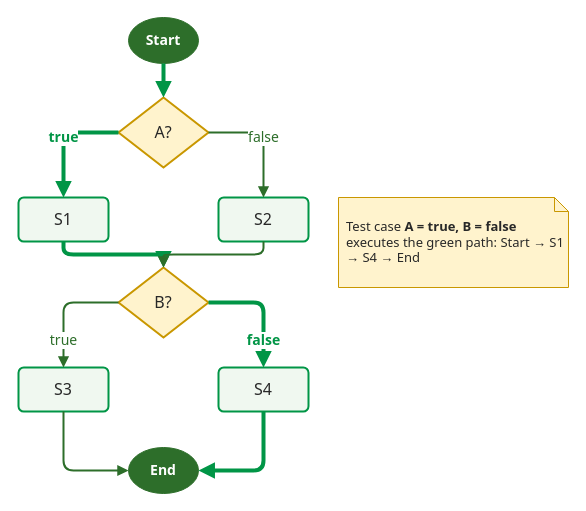
Before: content/verif/coverage/cfg-path.drawio in sqrbok/sqrbok-preview, a draw.io diagram. Source tidied: cells renumbered, new cells numbered last; positions are measured from the earlier drawing's top-left corner, leaving out a move shared by most shapes. Both pictures are drawn from the tidied source at 100%, with x=0, y=0 at pixel (18, 17).
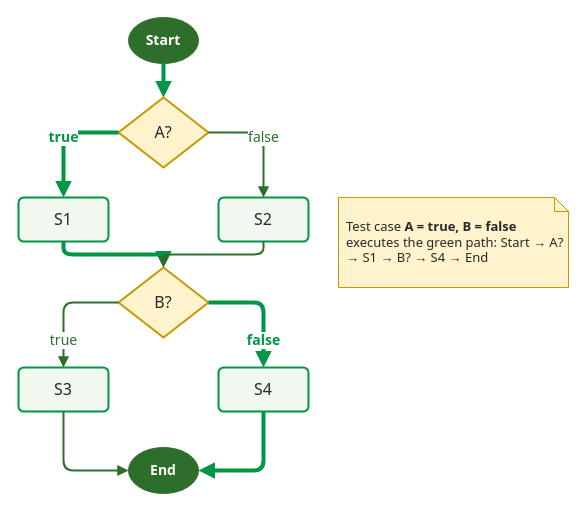
The same diagram, later.

Diff of the diagram source:
```diff
@@
 <mxGraphModel>
   <root>
     <mxCell id="0" />
     <mxCell id="1" parent="0" />
     <mxCell id="2" value="Start" style="ellipse;whiteSpace=wrap;html=1;fillColor=#2D6E2A;strokeColor=#2D6E2A;fontColor=#FFFFFF;fontStyle=1;fontFamily=Tahoma;fontSize=14;" parent="1" vertex="1">
       <mxGeometry x="110" width="70" height="46" as="geometry" />
     </mxCell>
     <mxCell id="3" value="A?" style="rhombus;whiteSpace=wrap;html=1;fillColor=#fff3cd;strokeColor=#c99700;strokeWidth=2;fontColor=#282828;fontFamily=Tahoma;fontSize=16;" parent="1" vertex="1">
       <mxGeometry x="100" y="80" width="90" height="70" as="geometry" />
     </mxCell>
     <mxCell id="4" value="S1" style="rounded=1;whiteSpace=wrap;html=1;arcSize=12;fillColor=#f0f8f0;strokeColor=#019546;strokeWidth=2;fontColor=#282828;fontFamily=Tahoma;fontSize=16;" parent="1" vertex="1">
       <mxGeometry y="180" width="90" height="44" as="geometry" />
     </mxCell>
     <mxCell id="5" value="S2" style="rounded=1;whiteSpace=wrap;html=1;arcSize=12;fillColor=#f0f8f0;strokeColor=#019546;strokeWidth=2;fontColor=#282828;fontFamily=Tahoma;fontSize=16;" parent="1" vertex="1">
       <mxGeometry x="200" y="180" width="90" height="44" as="geometry" />
     </mxCell>
     <mxCell id="6" value="B?" style="rhombus;whiteSpace=wrap;html=1;fillColor=#fff3cd;strokeColor=#c99700;strokeWidth=2;fontColor=#282828;fontFamily=Tahoma;fontSize=16;" parent="1" vertex="1">
       <mxGeometry x="100" y="250" width="90" height="70" as="geometry" />
     </mxCell>
     <mxCell id="7" value="S3" style="rounded=1;whiteSpace=wrap;html=1;arcSize=12;fillColor=#f0f8f0;strokeColor=#019546;strokeWidth=2;fontColor=#282828;fontFamily=Tahoma;fontSize=16;" parent="1" vertex="1">
       <mxGeometry y="350" width="90" height="44" as="geometry" />
     </mxCell>
     <mxCell id="8" value="S4" style="rounded=1;whiteSpace=wrap;html=1;arcSize=12;fillColor=#f0f8f0;strokeColor=#019546;strokeWidth=2;fontColor=#282828;fontFamily=Tahoma;fontSize=16;" parent="1" vertex="1">
       <mxGeometry x="200" y="350" width="90" height="44" as="geometry" />
     </mxCell>
     <mxCell id="9" value="End" style="ellipse;whiteSpace=wrap;html=1;fillColor=#2D6E2A;strokeColor=#2D6E2A;fontColor=#FFFFFF;fontStyle=1;fontFamily=Tahoma;fontSize=14;" parent="1" vertex="1">
       <mxGeometry x="110" y="430" width="70" height="46" as="geometry" />
     </mxCell>
     <mxCell id="10" style="endArrow=block;endFill=1;strokeColor=#019546;strokeWidth=4;fontColor=#019546;fontStyle=1;fontFamily=Tahoma;fontSize=14;html=1;labelBackgroundColor=#FFFFFF;edgeStyle=orthogonalEdgeStyle;rounded=1;" parent="1" edge="1" source="2" target="3">
       <mxGeometry relative="1" as="geometry" />
     </mxCell>
     <mxCell id="11" value="true" style="endArrow=block;endFill=1;strokeColor=#019546;strokeWidth=4;fontColor=#019546;fontStyle=1;fontFamily=Tahoma;fontSize=14;html=1;labelBackgroundColor=#FFFFFF;edgeStyle=orthogonalEdgeStyle;rounded=1;exitX=0;exitY=0.5;entryX=0.5;entryY=0;" parent="1" edge="1" source="3" target="4">
       <mxGeometry relative="1" as="geometry" />
     </mxCell>
     <mxCell id="12" value="false" style="endArrow=block;endFill=1;strokeColor=#2D6E2A;strokeWidth=2;fontColor=#2D6E2A;fontFamily=Tahoma;fontSize=14;html=1;labelBackgroundColor=#FFFFFF;edgeStyle=orthogonalEdgeStyle;rounded=1;exitX=1;exitY=0.5;entryX=0.5;entryY=0;" parent="1" edge="1" source="3" target="5">
       <mxGeometry relative="1" as="geometry" />
     </mxCell>
     <mxCell id="13" style="endArrow=block;endFill=1;strokeColor=#019546;strokeWidth=4;fontColor=#019546;fontStyle=1;fontFamily=Tahoma;fontSize=14;html=1;labelBackgroundColor=#FFFFFF;edgeStyle=orthogonalEdgeStyle;rounded=1;exitX=0.5;exitY=1;entryX=0.5;entryY=0;" parent="1" edge="1" source="4" target="6">
       <mxGeometry relative="1" as="geometry" />
     </mxCell>
     <mxCell id="14" style="endArrow=block;endFill=1;strokeColor=#2D6E2A;strokeWidth=2;fontColor=#2D6E2A;fontFamily=Tahoma;fontSize=14;html=1;labelBackgroundColor=#FFFFFF;edgeStyle=orthogonalEdgeStyle;rounded=1;exitX=0.5;exitY=1;entryX=0.5;entryY=0;" parent="1" edge="1" source="5" target="6">
       <mxGeometry relative="1" as="geometry" />
     </mxCell>
     <mxCell id="15" value="true" style="endArrow=block;endFill=1;strokeColor=#2D6E2A;strokeWidth=2;fontColor=#2D6E2A;fontFamily=Tahoma;fontSize=14;html=1;labelBackgroundColor=#FFFFFF;edgeStyle=orthogonalEdgeStyle;rounded=1;exitX=0;exitY=0.5;entryX=0.5;entryY=0;" parent="1" edge="1" source="6" target="7">
       <mxGeometry x="0.55" relative="1" as="geometry" />
     </mxCell>
     <mxCell id="16" value="false" style="endArrow=block;endFill=1;strokeColor=#019546;strokeWidth=4;fontColor=#019546;fontStyle=1;fontFamily=Tahoma;fontSize=14;html=1;labelBackgroundColor=#FFFFFF;edgeStyle=orthogonalEdgeStyle;rounded=1;exitX=1;exitY=0.5;entryX=0.5;entryY=0;" parent="1" edge="1" source="6" target="8">
       <mxGeometry x="0.55" relative="1" as="geometry" />
     </mxCell>
     <mxCell id="17" style="endArrow=block;endFill=1;strokeColor=#2D6E2A;strokeWidth=2;fontColor=#2D6E2A;fontFamily=Tahoma;fontSize=14;html=1;labelBackgroundColor=#FFFFFF;edgeStyle=orthogonalEdgeStyle;rounded=1;exitX=0.5;exitY=1;entryX=0;entryY=0.5;" parent="1" edge="1" source="7" target="9">
       <mxGeometry relative="1" as="geometry" />
     </mxCell>
     <mxCell id="18" style="endArrow=block;endFill=1;strokeColor=#019546;strokeWidth=4;fontColor=#019546;fontStyle=1;fontFamily=Tahoma;fontSize=14;html=1;labelBackgroundColor=#FFFFFF;edgeStyle=orthogonalEdgeStyle;rounded=1;exitX=0.5;exitY=1;entryX=1;entryY=0.5;" parent="1" edge="1" source="8" target="9">
       <mxGeometry relative="1" as="geometry" />
     </mxCell>
-    <mxCell id="19" value="Test case &lt;b&gt;A = true, B = false&lt;/b&gt; executes the green path: Start → S1 → S4 → End" style="shape=note;whiteSpace=wrap;html=1;size=14;fillColor=#fff3cd;strokeColor=#c99700;fontColor=#282828;align=left;spacingLeft=6;fontFamily=Tahoma;fontSize=13;" parent="1" vertex="1">
+    <mxCell id="19" value="Test case &lt;b&gt;A = true, B = false&lt;/b&gt; executes the green path: Start → A? → S1 → B? → S4 → End" style="shape=note;whiteSpace=wrap;html=1;size=14;fillColor=#fff3cd;strokeColor=#c99700;fontColor=#282828;align=left;spacingLeft=6;fontFamily=Tahoma;fontSize=13;" parent="1" vertex="1">
       <mxGeometry x="320" y="180" width="230" height="90" as="geometry" />
     </mxCell>
   </root>
 </mxGraphModel>
```
